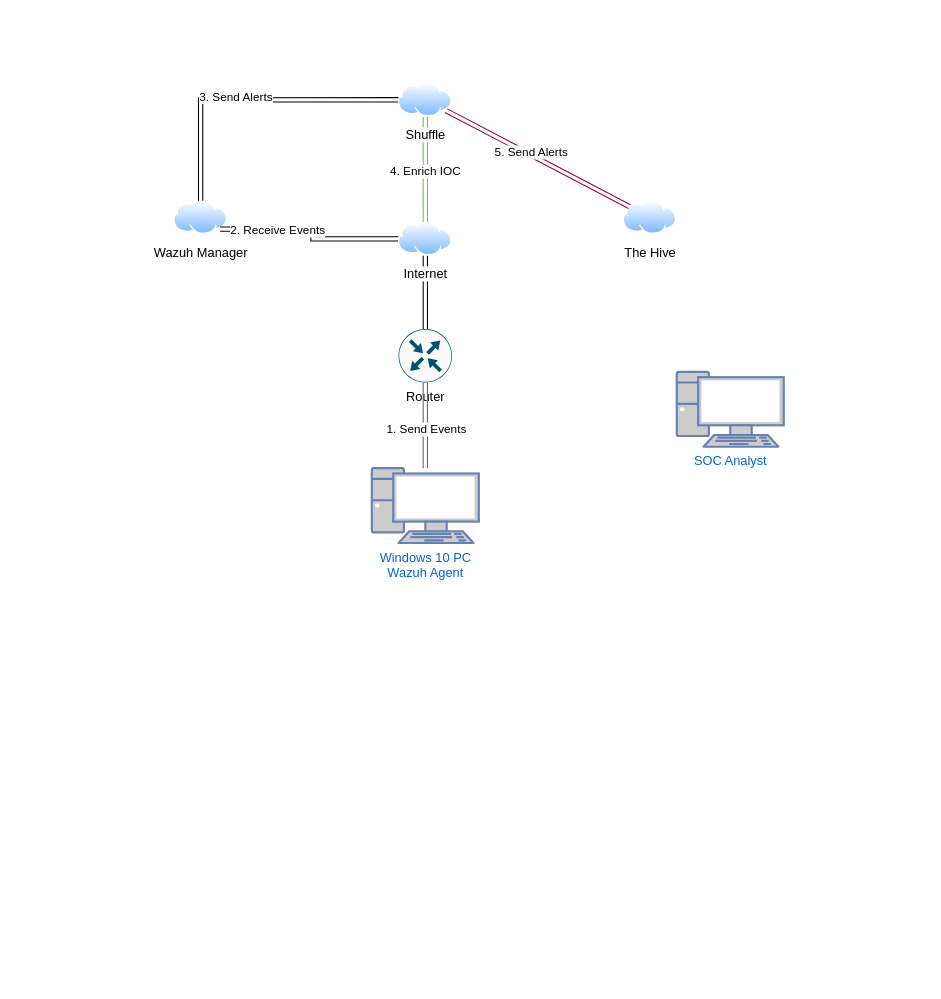
4nemfreddo/Cyber-Security-Analysis-Portfolios keeps this draw.io diagram as Untitled Diagram.drawio. Above is the earlier version. Source tidied: cells renumbered, new cells numbered last; positions are measured from the earlier drawing's top-left corner, leaving out a move shared by most shapes. Both pictures are drawn from the tidied source at 107%, with x=0, y=0 at pixel (173, 82).
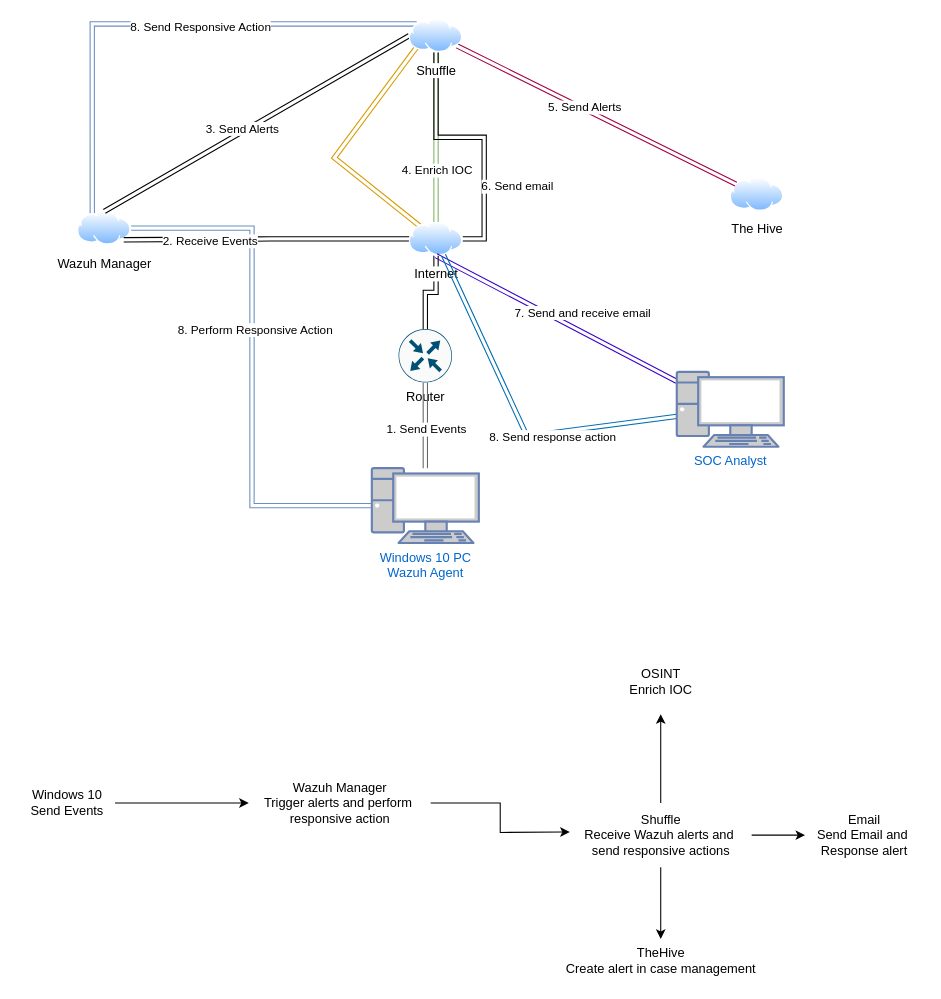
The same diagram, later.

Commit message:
Update Untitled Diagram.drawio (Completed SOC lab

The change refers to these unchanged cells:
```xml
<mxCell id="2" value="Windows 10 PC&lt;br&gt;Wazuh Agent&lt;br&gt;" style="fontColor=#0066CC;verticalAlign=top;verticalLabelPosition=bottom;labelPosition=center;align=center;html=1;outlineConnect=0;fillColor=#CCCCCC;strokeColor=#6881B3;gradientColor=none;gradientDirection=north;strokeWidth=2;shape=mxgraph.networks.pc;" parent="1" vertex="1">
  <mxGeometry x="185" y="360" width="100" height="70" as="geometry" />
</mxCell>
<mxCell id="12" style="edgeStyle=orthogonalEdgeStyle;rounded=0;jettySize=auto;html=1;shape=link;fillColor=#d5e8d4;strokeColor=#82b366;" parent="1" edge="1" source="16" target="8">
  <mxGeometry relative="1" as="geometry" />
</mxCell>
<mxCell id="17" value="SOC Analyst" style="fontColor=#0066CC;verticalAlign=top;verticalLabelPosition=bottom;labelPosition=center;align=center;html=1;outlineConnect=0;fillColor=#CCCCCC;strokeColor=#6881B3;gradientColor=none;gradientDirection=north;strokeWidth=2;shape=mxgraph.networks.pc;" parent="1" vertex="1">
  <mxGeometry x="470" y="270" width="100" height="70" as="geometry" />
</mxCell>
```

Change to the diagram source:
```diff
@@
+    <mxCell id="20" style="edgeStyle=elbowEdgeStyle;rounded=0;jettySize=auto;html=1;shape=link;fillColor=#dae8fc;gradientColor=#7ea6e0;strokeColor=#6c8ebf;" parent="1" edge="1" source="5" target="2">
+      <mxGeometry relative="1" as="geometry" />
+    </mxCell>
+    <mxCell id="21" value="8. Perform Responsive Action" style="edgeLabel;html=1;align=center;verticalAlign=middle;" parent="20" vertex="1">
+      <mxGeometry x="-0.14" y="2" relative="1" as="geometry" />
+    </mxCell>
     <mxCell id="5" value="Wazuh Manager&lt;br&gt;" style="image;perimeter=ellipsePerimeter;html=1;align=center;shadow=0;dashed=0;spacingTop=3;image=img/lib/active_directory/internet_cloud.svg;" parent="1" vertex="1">
-      <mxGeometry y="110" width="50" height="31.5" as="geometry" />
+      <mxGeometry x="-90" y="120" width="50" height="31.5" as="geometry" />
     </mxCell>
@@
+    <mxCell id="22" style="rounded=0;jettySize=auto;html=1;entryX=0;entryY=1;entryDx=0;entryDy=0;shape=link;fillColor=#ffcd28;strokeColor=#d79b00;gradientColor=#ffa500;" parent="1" edge="1" source="8" target="16">
+      <mxGeometry relative="1" as="geometry">
+        <Array as="points">
+          <mxPoint x="150" y="70" />
+        </Array>
+      </mxGeometry>
+    </mxCell>
     <mxCell id="8" value="Internet" style="image;perimeter=ellipsePerimeter;html=1;align=center;shadow=0;dashed=0;spacingTop=3;image=img/lib/active_directory/internet_cloud.svg;" parent="1" vertex="1">
-      <mxGeometry x="210" y="130" width="50" height="31.5" as="geometry" />
+      <mxGeometry x="220" y="130" width="50" height="31.5" as="geometry" />
     </mxCell>
     <mxCell id="9" value="The Hive" style="image;perimeter=ellipsePerimeter;html=1;align=center;shadow=0;dashed=0;spacingTop=3;image=img/lib/active_directory/internet_cloud.svg;" parent="1" vertex="1">
-      <mxGeometry x="420" y="110" width="50" height="31.5" as="geometry" />
+      <mxGeometry x="520" y="88.5" width="50" height="31.5" as="geometry" />
     </mxCell>
-    <mxCell id="10" style="edgeStyle=orthogonalEdgeStyle;rounded=0;jettySize=auto;html=1;exitX=0;exitY=0.5;exitDx=0;exitDy=0;entryX=0.5;entryY=0;entryDx=0;entryDy=0;shape=link;" parent="1" edge="1" source="16" target="5">
+    <mxCell id="10" style="rounded=0;jettySize=auto;html=1;exitX=0;exitY=0.5;exitDx=0;exitDy=0;entryX=0.5;entryY=0;entryDx=0;entryDy=0;shape=link;" parent="1" edge="1" source="16" target="5">
       <mxGeometry relative="1" as="geometry" />
     </mxCell>
@@
     <mxCell id="13" value="4. Enrich IOC" style="edgeLabel;html=1;align=center;verticalAlign=middle;" parent="12" vertex="1">
-      <mxGeometry x="0.03" y="-1" relative="1" as="geometry" />
+      <mxGeometry x="0.03" y="-1" relative="1" as="geometry">
+        <mxPoint x="1" y="28" as="offset" />
+      </mxGeometry>
     </mxCell>
@@
+    <mxCell id="23" style="rounded=0;jettySize=auto;html=1;entryX=1;entryY=0.5;entryDx=0;entryDy=0;shape=link;edgeStyle=orthogonalEdgeStyle;" parent="1" edge="1" source="16" target="8">
+      <mxGeometry relative="1" as="geometry" />
+    </mxCell>
+    <mxCell id="24" value="6. Send email" style="edgeLabel;html=1;align=center;verticalAlign=middle;" parent="23" vertex="1">
+      <mxGeometry x="0.42" y="1" relative="1" as="geometry">
+        <mxPoint x="29" as="offset" />
+      </mxGeometry>
+    </mxCell>
+    <mxCell id="25" style="edgeStyle=orthogonalEdgeStyle;rounded=0;jettySize=auto;html=1;exitX=0;exitY=0;exitDx=0;exitDy=0;entryX=0.25;entryY=0;entryDx=0;entryDy=0;shape=link;fillColor=#dae8fc;gradientColor=#7ea6e0;strokeColor=#6c8ebf;" parent="1" edge="1" source="16" target="5">
+      <mxGeometry relative="1" as="geometry" />
+    </mxCell>
+    <mxCell id="26" value="8. Send Responsive Action" style="edgeLabel;html=1;align=center;verticalAlign=middle;" parent="25" vertex="1">
+      <mxGeometry x="-0.16" y="3" relative="1" as="geometry" />
+    </mxCell>
     <mxCell id="16" value="Shuffle" style="image;perimeter=ellipsePerimeter;html=1;align=center;shadow=0;dashed=0;spacingTop=3;image=img/lib/active_directory/internet_cloud.svg;" parent="1" vertex="1">
-      <mxGeometry x="210" width="50" height="31.5" as="geometry" />
+      <mxGeometry x="220" y="-60" width="50" height="31.5" as="geometry" />
     </mxCell>
+    <mxCell id="27" style="rounded=0;jettySize=auto;html=1;entryX=0.5;entryY=1;entryDx=0;entryDy=0;shape=link;fillColor=#6a00ff;strokeColor=#3700CC;" parent="1" edge="1" source="17" target="8">
+      <mxGeometry relative="1" as="geometry" />
+    </mxCell>
+    <mxCell id="28" value="7. Send and receive email" style="edgeLabel;html=1;align=center;verticalAlign=middle;" parent="27" vertex="1">
+      <mxGeometry x="0.12" y="2" relative="1" as="geometry">
+        <mxPoint x="38" as="offset" />
+      </mxGeometry>
+    </mxCell>
+    <mxCell id="29" style="rounded=0;jettySize=auto;html=1;shape=link;fillColor=#1ba1e2;strokeColor=#006EAF;" parent="1" edge="1" source="17" target="8">
+      <mxGeometry relative="1" as="geometry">
+        <Array as="points">
+          <mxPoint x="330" y="330" />
+        </Array>
+      </mxGeometry>
+    </mxCell>
+    <mxCell id="30" value="8. Send response action" style="edgeLabel;html=1;align=center;verticalAlign=middle;" parent="29" vertex="1">
+      <mxGeometry x="-0.28" y="4" relative="1" as="geometry" />
+    </mxCell>
@@
+    <mxCell id="31" style="edgeStyle=orthogonalEdgeStyle;rounded=0;jettySize=auto;html=1;" parent="1" edge="1" source="32">
+      <mxGeometry relative="1" as="geometry">
+        <mxPoint x="70" y="673" as="targetPoint" />
+      </mxGeometry>
+    </mxCell>
+    <mxCell id="32" value="Windows 10&lt;br&gt;Send Events" style="text;html=1;align=center;verticalAlign=middle;points=[];strokeColor=none;fillColor=none;" parent="1" vertex="1">
+      <mxGeometry x="-145" y="653" width="90" height="40" as="geometry" />
+    </mxCell>
+    <mxCell id="33" style="edgeStyle=orthogonalEdgeStyle;rounded=0;jettySize=auto;html=1;" parent="1" edge="1" source="34">
+      <mxGeometry relative="1" as="geometry">
+        <mxPoint x="370" y="700" as="targetPoint" />
+      </mxGeometry>
+    </mxCell>
+    <mxCell id="34" value="Wazuh Manager&lt;br&gt;Trigger alerts and perform&amp;nbsp;&lt;br&gt;responsive action&lt;br&gt;" style="text;html=1;align=center;verticalAlign=middle;points=[];strokeColor=none;fillColor=none;" parent="1" vertex="1">
+      <mxGeometry x="70" y="643" width="170" height="60" as="geometry" />
+    </mxCell>
+    <mxCell id="35" style="edgeStyle=orthogonalEdgeStyle;rounded=0;jettySize=auto;html=1;" parent="1" edge="1" source="38">
+      <mxGeometry relative="1" as="geometry">
+        <mxPoint x="455" y="590" as="targetPoint" />
+      </mxGeometry>
+    </mxCell>
+    <mxCell id="36" style="edgeStyle=orthogonalEdgeStyle;rounded=0;jettySize=auto;html=1;" parent="1" edge="1" source="38">
+      <mxGeometry relative="1" as="geometry">
+        <mxPoint x="455" y="800" as="targetPoint" />
+      </mxGeometry>
+    </mxCell>
+    <mxCell id="37" style="edgeStyle=orthogonalEdgeStyle;rounded=0;jettySize=auto;html=1;" parent="1" edge="1" source="38">
+      <mxGeometry relative="1" as="geometry">
+        <mxPoint x="590" y="703" as="targetPoint" />
+      </mxGeometry>
+    </mxCell>
+    <mxCell id="38" value="Shuffle&lt;br&gt;Receive Wazuh alerts and&amp;nbsp;&lt;br&gt;send responsive actions" style="text;html=1;align=center;verticalAlign=middle;points=[];strokeColor=none;fillColor=none;" parent="1" vertex="1">
+      <mxGeometry x="370" y="673" width="170" height="60" as="geometry" />
+    </mxCell>
+    <mxCell id="39" value="OSINT&lt;br&gt;Enrich IOC" style="text;html=1;align=center;verticalAlign=middle;strokeColor=none;fillColor=none;" parent="1" vertex="1">
+      <mxGeometry x="415" y="540" width="80" height="40" as="geometry" />
+    </mxCell>
+    <mxCell id="40" value="TheHive&lt;br&gt;Create alert in case management&lt;br&gt;" style="text;html=1;align=center;verticalAlign=middle;strokeColor=none;fillColor=none;" parent="1" vertex="1">
+      <mxGeometry x="355" y="800" width="200" height="40" as="geometry" />
+    </mxCell>
+    <mxCell id="41" value="Email&lt;br&gt;Send Email and&amp;nbsp;&lt;br&gt;Response alert" style="text;html=1;align=center;verticalAlign=middle;strokeColor=none;fillColor=none;" parent="1" vertex="1">
+      <mxGeometry x="590" y="673" width="110" height="60" as="geometry" />
+    </mxCell>
```
